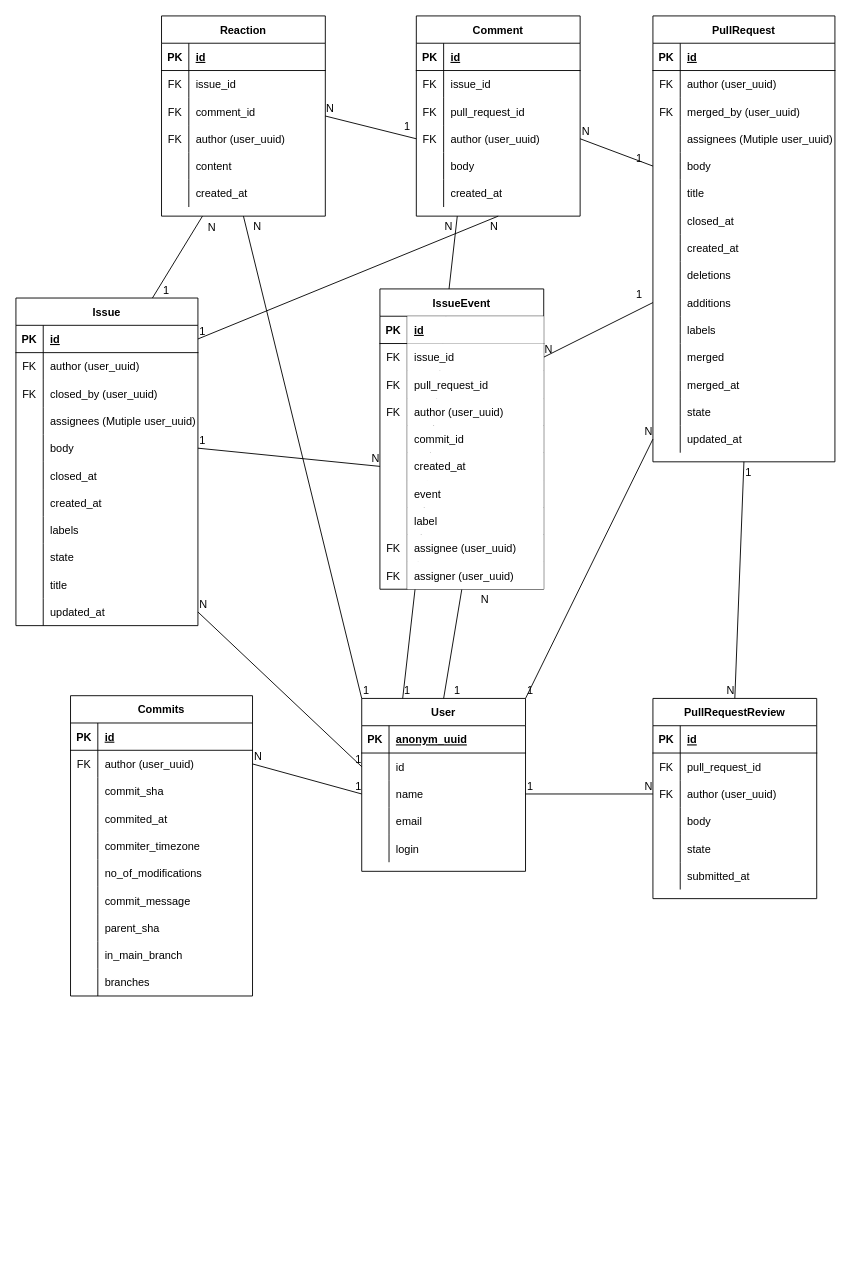
The draw.io diagram docu/ER_diagram/ER_diagram.drawio in TUBAF-IFI-DiPiT/github2pandas, before the edit. Source tidied: cells renumbered, new cells numbered last; positions are measured from the earlier drawing's top-left corner, leaving out a move shared by most shapes. Both pictures are drawn from the tidied source at 91%, with x=0, y=0 at pixel (15, 15).
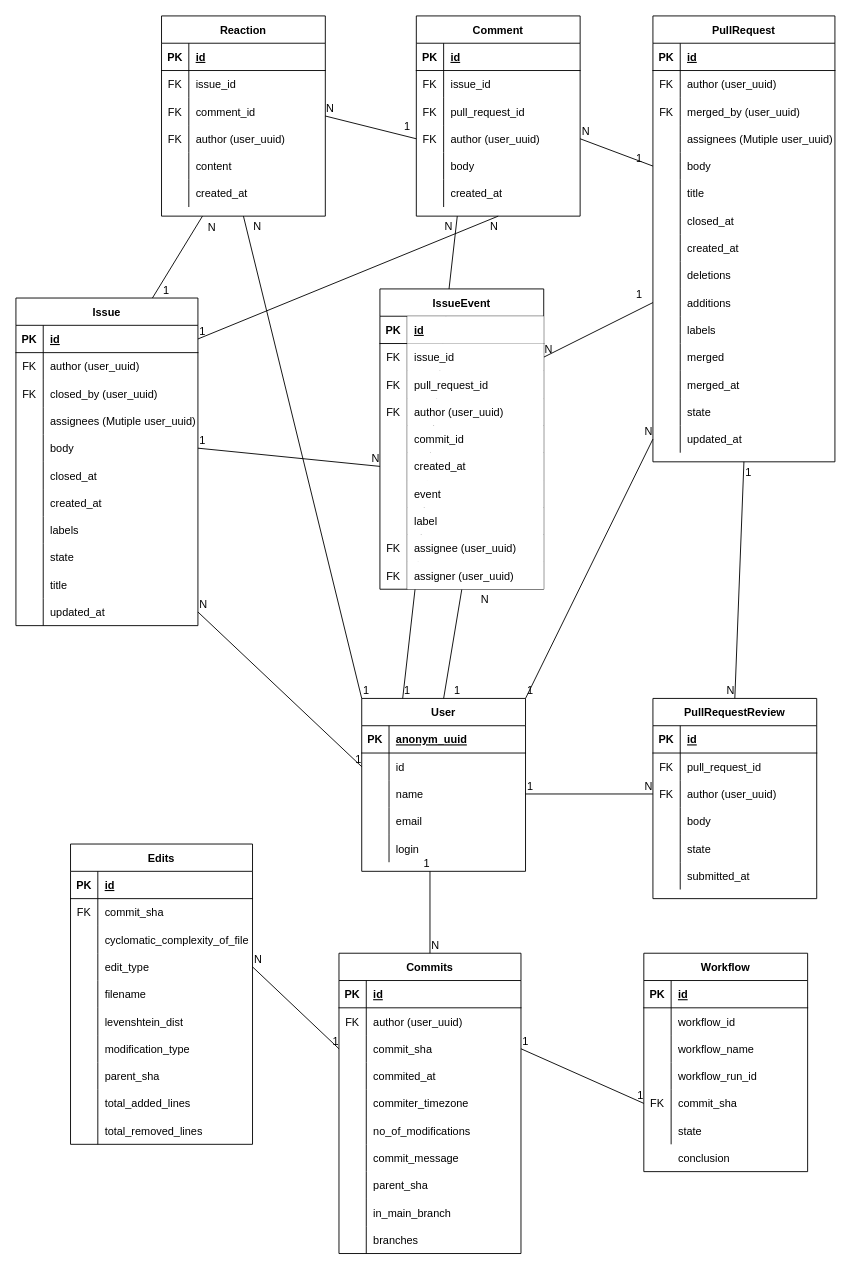
The same diagram, later.

Commit message:
Include Workflow in ER_diagram.drawio

Unchanged cells that the change refers to:
```xml
<mxCell id="81" style="shape=partialRectangle;fillColor=none;top=0;left=0;bottom=0;right=0;points=[[0,0.5],[1,0.5]];portConstraint=eastwest;" parent="74" vertex="1">
  <mxGeometry y="90" width="180" height="30" as="geometry" />
</mxCell>
<mxCell id="229" style="shape=partialRectangle;fillColor=none;top=0;left=0;bottom=0;right=0;points=[[0,0.5],[1,0.5]];portConstraint=eastwest;" parent="225" vertex="1">
  <mxGeometry y="60" width="200" height="30" as="geometry" />
</mxCell>
<mxCell id="232" style="shape=partialRectangle;fillColor=none;top=0;left=0;bottom=0;right=0;points=[[0,0.5],[1,0.5]];portConstraint=eastwest;" parent="225" vertex="1">
  <mxGeometry y="90" width="200" height="30" as="geometry" />
</mxCell>
```

What changed in the source:
```diff
@@
     <mxCell id="225" value="Commits" style="shape=table;startSize=30;childLayout=tableLayout;rowLines=0;fontStyle=1;align=center;" parent="1" vertex="1">
-      <mxGeometry x="60" y="747" width="200" height="330" as="geometry" />
+      <mxGeometry x="355" y="1030" width="200" height="330" as="geometry" />
     </mxCell>
@@
-    <mxCell id="256" style="endArrow=none;html=1;rounded=0;exitX=1;exitY=0.5;exitDx=0;exitDy=0;entryX=0;entryY=0.5;entryDx=0;entryDy=0;" parent="1" edge="1" source="229" target="81">
-      <mxGeometry relative="1" as="geometry" />
+    <mxCell id="256" style="endArrow=none;html=1;rounded=0;exitX=0.5;exitY=0;exitDx=0;exitDy=0;" parent="1" edge="1" source="225">
+      <mxGeometry relative="1" as="geometry">
+        <mxPoint x="455" y="940" as="targetPoint" />
+      </mxGeometry>
     </mxCell>
@@
+    <mxCell id="259" value="Edits" style="shape=table;startSize=30;childLayout=tableLayout;rowLines=0;fontStyle=1;align=center;" parent="1" vertex="1">
+      <mxGeometry x="60" y="910" width="200" height="330" as="geometry" />
+    </mxCell>
+    <mxCell id="260" style="shape=partialRectangle;fillColor=none;top=0;left=0;bottom=1;right=0;" parent="259" vertex="1">
+      <mxGeometry y="30" width="200" height="30" as="geometry" />
+    </mxCell>
+    <mxCell id="261" value="PK" style="shape=partialRectangle;fillColor=none;top=0;left=0;bottom=0;right=0;fontStyle=1;overflow=hidden;" parent="260" vertex="1">
+      <mxGeometry width="30" height="30" as="geometry" />
+    </mxCell>
+    <mxCell id="262" value="id" style="shape=partialRectangle;fillColor=none;top=0;left=0;bottom=0;right=0;align=left;spacingLeft=6;fontStyle=5;overflow=hidden;" parent="260" vertex="1">
+      <mxGeometry x="30" width="170" height="30" as="geometry" />
+    </mxCell>
+    <mxCell id="263" style="shape=partialRectangle;fillColor=none;top=0;left=0;bottom=0;right=0;" parent="259" vertex="1">
+      <mxGeometry y="60" width="200" height="30" as="geometry" />
+    </mxCell>
+    <mxCell id="264" value="FK" style="shape=partialRectangle;fillColor=none;top=0;left=0;bottom=0;right=0;overflow=hidden;" parent="263" vertex="1">
+      <mxGeometry width="30" height="30" as="geometry" />
+    </mxCell>
+    <mxCell id="265" value="commit_sha" style="shape=partialRectangle;fillColor=none;top=0;left=0;bottom=0;right=0;align=left;spacingLeft=6;overflow=hidden;" parent="263" vertex="1">
+      <mxGeometry x="30" width="170" height="30" as="geometry" />
+    </mxCell>
+    <mxCell id="266" style="shape=partialRectangle;fillColor=none;top=0;left=0;bottom=0;right=0;" parent="259" vertex="1">
+      <mxGeometry y="90" width="200" height="30" as="geometry" />
+    </mxCell>
+    <mxCell id="267" style="shape=partialRectangle;fillColor=none;top=0;left=0;bottom=0;right=0;overflow=hidden;" parent="266" vertex="1">
+      <mxGeometry width="30" height="30" as="geometry" />
+    </mxCell>
+    <mxCell id="268" value="cyclomatic_complexity_of_file" style="shape=partialRectangle;fillColor=none;top=0;left=0;bottom=0;right=0;align=left;spacingLeft=6;overflow=hidden;" parent="266" vertex="1">
+      <mxGeometry x="30" width="170" height="30" as="geometry" />
+    </mxCell>
+    <mxCell id="269" style="shape=partialRectangle;fillColor=none;top=0;left=0;bottom=0;right=0;points=[[0,0.5],[1,0.5]];portConstraint=eastwest;" parent="259" vertex="1">
+      <mxGeometry y="120" width="200" height="30" as="geometry" />
+    </mxCell>
+    <mxCell id="270" style="shape=partialRectangle;fillColor=none;top=0;left=0;bottom=0;right=0;overflow=hidden;" parent="269" vertex="1">
+      <mxGeometry width="30" height="30" as="geometry" />
+    </mxCell>
+    <mxCell id="271" value="edit_type" style="shape=partialRectangle;fillColor=none;top=0;left=0;bottom=0;right=0;align=left;spacingLeft=6;overflow=hidden;" parent="269" vertex="1">
+      <mxGeometry x="30" width="170" height="30" as="geometry" />
+    </mxCell>
+    <mxCell id="272" style="shape=partialRectangle;fillColor=none;top=0;left=0;bottom=0;right=0;" parent="259" vertex="1">
+      <mxGeometry y="150" width="200" height="30" as="geometry" />
+    </mxCell>
+    <mxCell id="273" style="shape=partialRectangle;fillColor=none;top=0;left=0;bottom=0;right=0;overflow=hidden;" parent="272" vertex="1">
+      <mxGeometry width="30" height="30" as="geometry" />
+    </mxCell>
+    <mxCell id="274" value="filename" style="shape=partialRectangle;fillColor=none;top=0;left=0;bottom=0;right=0;align=left;spacingLeft=6;overflow=hidden;" parent="272" vertex="1">
+      <mxGeometry x="30" width="170" height="30" as="geometry" />
+    </mxCell>
+    <mxCell id="275" style="shape=partialRectangle;fillColor=none;top=0;left=0;bottom=0;right=0;" parent="259" vertex="1">
+      <mxGeometry y="180" width="200" height="30" as="geometry" />
+    </mxCell>
+    <mxCell id="276" style="shape=partialRectangle;fillColor=none;top=0;left=0;bottom=0;right=0;overflow=hidden;" parent="275" vertex="1">
+      <mxGeometry width="30" height="30" as="geometry" />
+    </mxCell>
+    <mxCell id="277" value="levenshtein_dist" style="shape=partialRectangle;fillColor=none;top=0;left=0;bottom=0;right=0;align=left;spacingLeft=6;overflow=hidden;" parent="275" vertex="1">
+      <mxGeometry x="30" width="170" height="30" as="geometry" />
+    </mxCell>
+    <mxCell id="278" style="shape=partialRectangle;fillColor=none;top=0;left=0;bottom=0;right=0;" parent="259" vertex="1">
+      <mxGeometry y="210" width="200" height="30" as="geometry" />
+    </mxCell>
+    <mxCell id="279" style="shape=partialRectangle;fillColor=none;top=0;left=0;bottom=0;right=0;overflow=hidden;" parent="278" vertex="1">
+      <mxGeometry width="30" height="30" as="geometry" />
+    </mxCell>
+    <mxCell id="280" value="modification_type" style="shape=partialRectangle;fillColor=none;top=0;left=0;bottom=0;right=0;align=left;spacingLeft=6;overflow=hidden;" parent="278" vertex="1">
+      <mxGeometry x="30" width="170" height="30" as="geometry" />
+    </mxCell>
+    <mxCell id="281" style="shape=partialRectangle;fillColor=none;top=0;left=0;bottom=0;right=0;" parent="259" vertex="1">
+      <mxGeometry y="240" width="200" height="30" as="geometry" />
+    </mxCell>
+    <mxCell id="282" style="shape=partialRectangle;fillColor=none;top=0;left=0;bottom=0;right=0;overflow=hidden;" parent="281" vertex="1">
+      <mxGeometry width="30" height="30" as="geometry" />
+    </mxCell>
+    <mxCell id="283" value="parent_sha" style="shape=partialRectangle;fillColor=none;top=0;left=0;bottom=0;right=0;align=left;spacingLeft=6;overflow=hidden;" parent="281" vertex="1">
+      <mxGeometry x="30" width="170" height="30" as="geometry" />
+    </mxCell>
+    <mxCell id="284" style="shape=partialRectangle;fillColor=none;top=0;left=0;bottom=0;right=0;" parent="259" vertex="1">
+      <mxGeometry y="270" width="200" height="30" as="geometry" />
+    </mxCell>
+    <mxCell id="285" style="shape=partialRectangle;fillColor=none;top=0;left=0;bottom=0;right=0;overflow=hidden;" parent="284" vertex="1">
+      <mxGeometry width="30" height="30" as="geometry" />
+    </mxCell>
+    <mxCell id="286" value="total_added_lines" style="shape=partialRectangle;fillColor=none;top=0;left=0;bottom=0;right=0;align=left;spacingLeft=6;overflow=hidden;" parent="284" vertex="1">
+      <mxGeometry x="30" width="170" height="30" as="geometry" />
+    </mxCell>
+    <mxCell id="287" style="shape=partialRectangle;fillColor=none;top=0;left=0;bottom=0;right=0;" parent="259" vertex="1">
+      <mxGeometry y="300" width="200" height="30" as="geometry" />
+    </mxCell>
+    <mxCell id="288" style="shape=partialRectangle;fillColor=none;top=0;left=0;bottom=0;right=0;overflow=hidden;" parent="287" vertex="1">
+      <mxGeometry width="30" height="30" as="geometry" />
+    </mxCell>
+    <mxCell id="289" value="total_removed_lines" style="shape=partialRectangle;fillColor=none;top=0;left=0;bottom=0;right=0;align=left;spacingLeft=6;overflow=hidden;" parent="287" vertex="1">
+      <mxGeometry x="30" width="170" height="30" as="geometry" />
+    </mxCell>
+    <mxCell id="290" style="endArrow=none;html=1;rounded=0;exitX=1;exitY=0.5;exitDx=0;exitDy=0;entryX=0;entryY=0.5;entryDx=0;entryDy=0;" parent="1" edge="1" source="269" target="232">
+      <mxGeometry relative="1" as="geometry" />
+    </mxCell>
+    <mxCell id="291" value="N" style="html=1;align=left;verticalAlign=bottom;" parent="290" vertex="1">
+      <mxGeometry x="-1" relative="1" as="geometry" />
+    </mxCell>
+    <mxCell id="292" value="1" style="html=1;align=right;verticalAlign=bottom;" parent="290" vertex="1">
+      <mxGeometry x="1" relative="1" as="geometry" />
+    </mxCell>
+    <mxCell id="293" value="Workflow" style="shape=table;startSize=30;childLayout=tableLayout;rowLines=0;fontStyle=1;align=center;" parent="1" vertex="1">
+      <mxGeometry x="690" y="1030" width="180" height="240" as="geometry" />
+    </mxCell>
+    <mxCell id="294" style="shape=partialRectangle;fillColor=none;top=0;left=0;bottom=1;right=0;" parent="293" vertex="1">
+      <mxGeometry y="30" width="180" height="30" as="geometry" />
+    </mxCell>
+    <mxCell id="295" value="PK" style="shape=partialRectangle;fillColor=none;top=0;left=0;bottom=0;right=0;fontStyle=1;overflow=hidden;" parent="294" vertex="1">
+      <mxGeometry width="30" height="30" as="geometry" />
+    </mxCell>
+    <mxCell id="296" value="id" style="shape=partialRectangle;fillColor=none;top=0;left=0;bottom=0;right=0;align=left;spacingLeft=6;fontStyle=5;overflow=hidden;" parent="294" vertex="1">
+      <mxGeometry x="30" width="150" height="30" as="geometry" />
+    </mxCell>
+    <mxCell id="297" style="shape=partialRectangle;fillColor=none;top=0;left=0;bottom=0;right=0;" parent="293" vertex="1">
+      <mxGeometry y="60" width="180" height="30" as="geometry" />
+    </mxCell>
+    <mxCell id="298" style="shape=partialRectangle;fillColor=none;top=0;left=0;bottom=0;right=0;fontStyle=0;overflow=hidden;" parent="297" vertex="1">
+      <mxGeometry width="30" height="30" as="geometry" />
+    </mxCell>
+    <mxCell id="299" value="workflow_id" style="shape=partialRectangle;fillColor=none;top=0;left=0;bottom=0;right=0;align=left;spacingLeft=6;fontStyle=0;overflow=hidden;" parent="297" vertex="1">
+      <mxGeometry x="30" width="150" height="30" as="geometry" />
+    </mxCell>
+    <mxCell id="300" style="shape=partialRectangle;fillColor=none;top=0;left=0;bottom=0;right=0;" parent="293" vertex="1">
+      <mxGeometry y="90" width="180" height="30" as="geometry" />
+    </mxCell>
+    <mxCell id="301" style="shape=partialRectangle;fillColor=none;top=0;left=0;bottom=0;right=0;overflow=hidden;" parent="300" vertex="1">
+      <mxGeometry width="30" height="30" as="geometry" />
+    </mxCell>
+    <mxCell id="302" value="workflow_name" style="shape=partialRectangle;fillColor=none;top=0;left=0;bottom=0;right=0;align=left;spacingLeft=6;overflow=hidden;" parent="300" vertex="1">
+      <mxGeometry x="30" width="150" height="30" as="geometry" />
+    </mxCell>
+    <mxCell id="303" style="shape=partialRectangle;fillColor=none;top=0;left=0;bottom=0;right=0;" parent="293" vertex="1">
+      <mxGeometry y="120" width="180" height="30" as="geometry" />
+    </mxCell>
+    <mxCell id="304" style="shape=partialRectangle;fillColor=none;top=0;left=0;bottom=0;right=0;overflow=hidden;" parent="303" vertex="1">
+      <mxGeometry width="30" height="30" as="geometry" />
+    </mxCell>
+    <mxCell id="305" value="workflow_run_id" style="shape=partialRectangle;fillColor=none;top=0;left=0;bottom=0;right=0;align=left;spacingLeft=6;overflow=hidden;" parent="303" vertex="1">
+      <mxGeometry x="30" width="150" height="30" as="geometry" />
+    </mxCell>
+    <mxCell id="306" style="shape=partialRectangle;fillColor=none;top=0;left=0;bottom=0;right=0;points=[[0,0.5],[1,0.5]];portConstraint=eastwest;" parent="293" vertex="1">
+      <mxGeometry y="150" width="180" height="30" as="geometry" />
+    </mxCell>
+    <mxCell id="307" value="FK" style="shape=partialRectangle;fillColor=none;top=0;left=0;bottom=0;right=0;overflow=hidden;" parent="306" vertex="1">
+      <mxGeometry width="30" height="30" as="geometry" />
+    </mxCell>
+    <mxCell id="308" value="commit_sha" style="shape=partialRectangle;fillColor=none;top=0;left=0;bottom=0;right=0;align=left;spacingLeft=6;overflow=hidden;" parent="306" vertex="1">
+      <mxGeometry x="30" width="150" height="30" as="geometry" />
+    </mxCell>
+    <mxCell id="309" style="shape=partialRectangle;fillColor=none;top=0;left=0;bottom=0;right=0;" parent="293" vertex="1">
+      <mxGeometry y="180" width="180" height="30" as="geometry" />
+    </mxCell>
+    <mxCell id="310" style="shape=partialRectangle;fillColor=none;top=0;left=0;bottom=0;right=0;overflow=hidden;" parent="309" vertex="1">
+      <mxGeometry width="30" height="30" as="geometry" />
+    </mxCell>
+    <mxCell id="311" value="state" style="shape=partialRectangle;fillColor=none;top=0;left=0;bottom=0;right=0;align=left;spacingLeft=6;overflow=hidden;" parent="309" vertex="1">
+      <mxGeometry x="30" width="150" height="30" as="geometry" />
+    </mxCell>
+    <mxCell id="312" style="endArrow=none;html=1;rounded=0;exitX=1;exitY=0.5;exitDx=0;exitDy=0;entryX=0;entryY=0.5;entryDx=0;entryDy=0;" parent="1" edge="1" source="232" target="306">
+      <mxGeometry relative="1" as="geometry" />
+    </mxCell>
+    <mxCell id="313" value="&lt;div&gt;1&lt;/div&gt;" style="html=1;align=left;verticalAlign=bottom;" parent="312" vertex="1">
+      <mxGeometry x="-1" relative="1" as="geometry" />
+    </mxCell>
+    <mxCell id="314" value="1" style="html=1;align=right;verticalAlign=bottom;" parent="312" vertex="1">
+      <mxGeometry x="1" relative="1" as="geometry" />
+    </mxCell>
+    <mxCell id="315" value="conclusion" style="shape=partialRectangle;fillColor=none;top=0;left=0;bottom=0;right=0;align=left;spacingLeft=6;overflow=hidden;" parent="1" vertex="1">
+      <mxGeometry x="720" y="1240" width="150" height="30" as="geometry" />
+    </mxCell>
```
